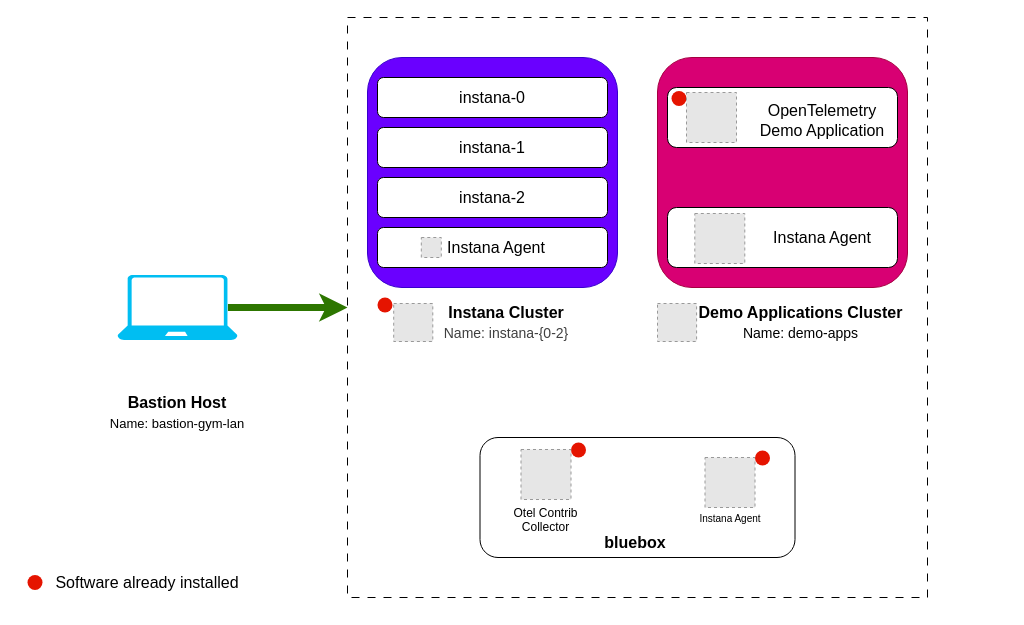
The draw.io diagram labs/instana/opentelemetry/2-lab-environment/images/architecture.drawio in IBM/waiops-tech-jam, before the edit. Source tidied: cells renumbered, new cells numbered last; positions are measured from the earlier drawing's top-left corner, leaving out a move shared by most shapes. Both pictures are drawn from the tidied source at 100%, with x=0, y=0 at pixel (17, 17). Pictures stored in the file or linked from it are replaced by grey dashed boxes.
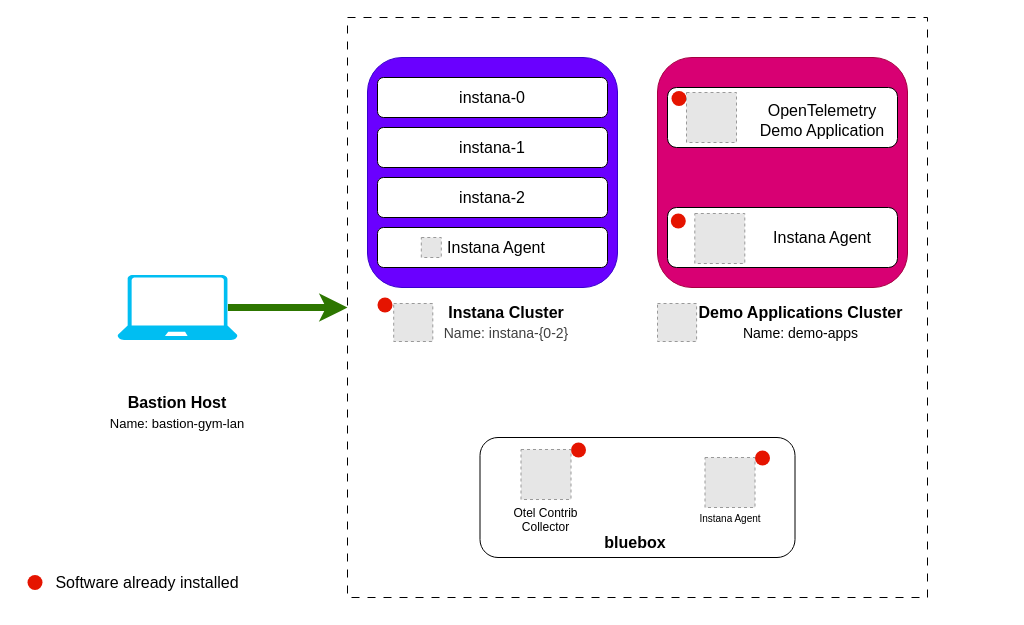
After the change.

The change refers to these unchanged cells:
```xml
<mxCell id="5" style="group;strokeColor=none;strokeWidth=12;rounded=1;" parent="1" vertex="1">
  <mxGeometry x="650" y="180" width="230" height="70" as="geometry" />
</mxCell>
```

Diff of the diagram source:
```diff
@@
+    <mxCell id="45" style="ellipse;whiteSpace=wrap;html=1;fillColor=#e51400;fontColor=#ffffff;strokeColor=none;" parent="5" vertex="1">
+      <mxGeometry x="3.3" y="16" width="15" height="15" as="geometry" />
+    </mxCell>
```
